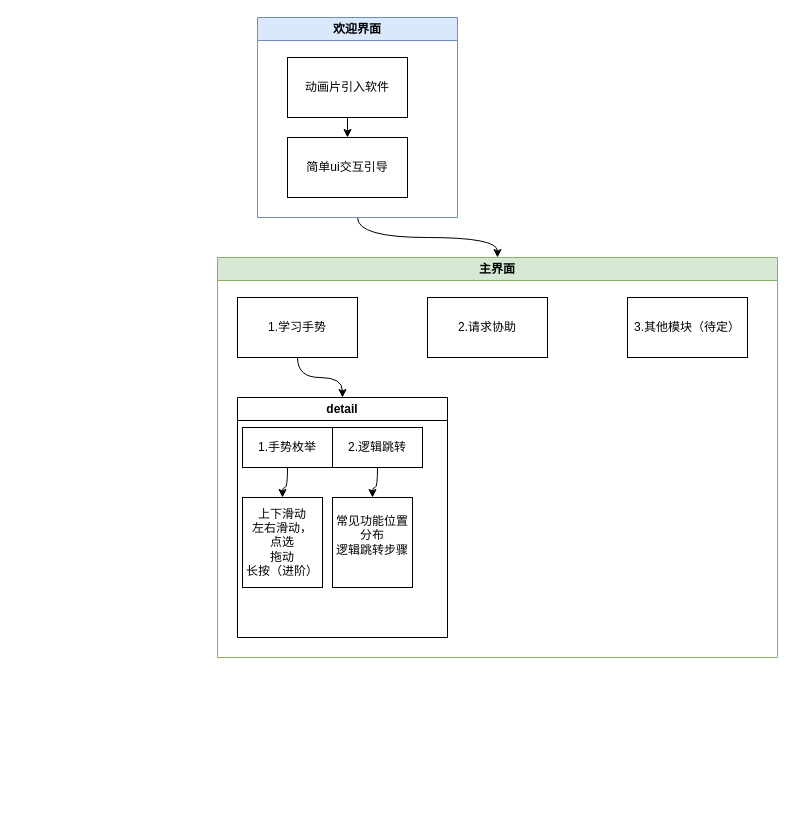
The draw.io diagram 适老化.drawio in Ajiandcircle/test, before the edit. Source tidied: cells renumbered, new cells numbered last; positions are measured from the earlier drawing's top-left corner, leaving out a move shared by most shapes. Both pictures are drawn from the tidied source at 100%, with x=0, y=0 at pixel (217, 17).
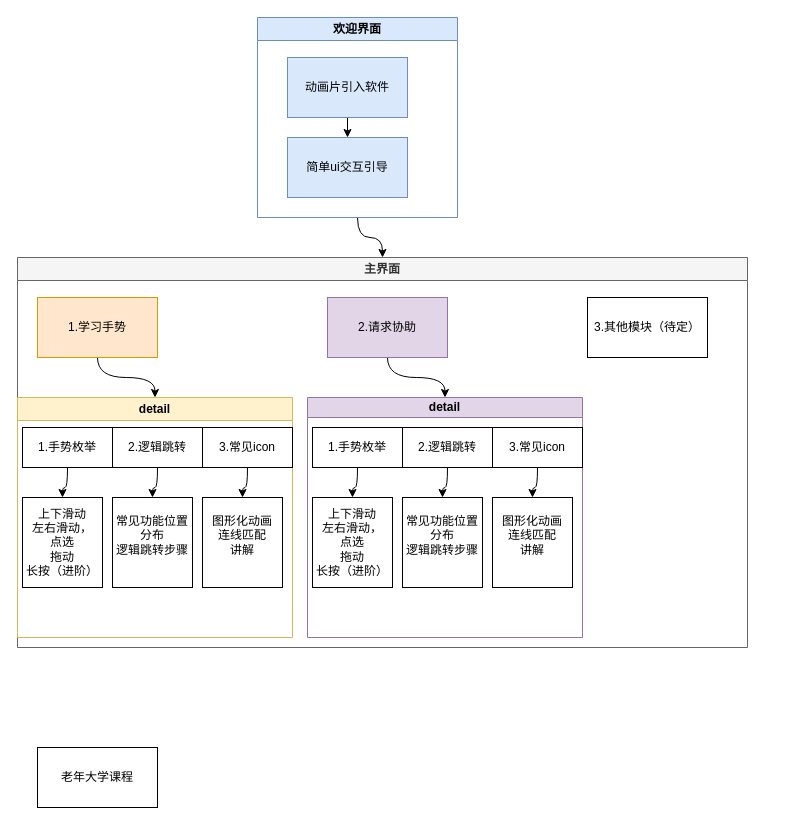
The same page after the edit.

Commit message:
更新适老化.drawio

The change refers to these unchanged cells:
```xml
<mxCell id="3" value="欢迎界面" style="swimlane;whiteSpace=wrap;html=1;startSize=23;fillColor=#dae8fc;strokeColor=#6c8ebf;" parent="1" vertex="1">
  <mxGeometry x="40" width="200" height="200" as="geometry" />
</mxCell>
```

Diff of the diagram source:
```diff
@@
-    <mxCell id="5" value="动画片引入软件" style="rounded=0;whiteSpace=wrap;html=1;" parent="3" vertex="1">
+    <mxCell id="5" value="动画片引入软件" style="rounded=0;whiteSpace=wrap;html=1;fillColor=#dae8fc;strokeColor=#6c8ebf;" parent="3" vertex="1">
       <mxGeometry x="30" y="40" width="120" height="60" as="geometry" />
     </mxCell>
-    <mxCell id="6" value="简单ui交互引导" style="rounded=0;whiteSpace=wrap;html=1;" parent="3" vertex="1">
+    <mxCell id="6" value="简单ui交互引导" style="rounded=0;whiteSpace=wrap;html=1;fillColor=#dae8fc;strokeColor=#6c8ebf;" parent="3" vertex="1">
       <mxGeometry x="30" y="120" width="120" height="60" as="geometry" />
     </mxCell>
-    <mxCell id="7" value="主界面" style="swimlane;whiteSpace=wrap;html=1;fillColor=#d5e8d4;strokeColor=#82b366;" parent="1" vertex="1">
-      <mxGeometry y="240" width="560" height="400" as="geometry" />
+    <mxCell id="7" value="主界面" style="swimlane;whiteSpace=wrap;html=1;fillColor=#f5f5f5;strokeColor=#666666;fontColor=#333333;" parent="1" vertex="1">
+      <mxGeometry x="-200" y="240" width="730" height="390" as="geometry" />
     </mxCell>
@@
-    <mxCell id="9" value="1.学习手势" style="rounded=0;whiteSpace=wrap;html=1;" parent="7" vertex="1">
+    <mxCell id="9" value="1.学习手势" style="rounded=0;whiteSpace=wrap;html=1;fillColor=#ffe6cc;strokeColor=#d79b00;" parent="7" vertex="1">
       <mxGeometry x="20" y="40" width="120" height="60" as="geometry" />
     </mxCell>
     <mxCell id="10" value="3.其他模块（待定）" style="rounded=0;whiteSpace=wrap;html=1;" parent="7" vertex="1">
-      <mxGeometry x="410" y="40" width="120" height="60" as="geometry" />
+      <mxGeometry x="570" y="40" width="120" height="60" as="geometry" />
     </mxCell>
+    <mxCell id="19" style="edgeStyle=orthogonalEdgeStyle;curved=1;rounded=0;jettySize=auto;html=1;exitX=0.5;exitY=1;exitDx=0;exitDy=0;entryX=0.5;entryY=0;entryDx=0;entryDy=0;" parent="7" edge="1" source="11" target="23">
+      <mxGeometry relative="1" as="geometry" />
+    </mxCell>
-    <mxCell id="11" value="2.请求协助" style="rounded=0;whiteSpace=wrap;html=1;" parent="7" vertex="1">
-      <mxGeometry x="210" y="40" width="120" height="60" as="geometry" />
+    <mxCell id="11" value="2.请求协助" style="rounded=0;whiteSpace=wrap;html=1;fillColor=#e1d5e7;strokeColor=#9673a6;" parent="7" vertex="1">
+      <mxGeometry x="310" y="40" width="120" height="60" as="geometry" />
     </mxCell>
-    <mxCell id="12" value="detail" style="swimlane;whiteSpace=wrap;html=1;" parent="7" vertex="1">
-      <mxGeometry x="20" y="140" width="210" height="240" as="geometry" />
+    <mxCell id="12" value="detail" style="swimlane;whiteSpace=wrap;html=1;fillColor=#fff2cc;strokeColor=#d6b656;" parent="7" vertex="1">
+      <mxGeometry y="140" width="275" height="240" as="geometry" />
     </mxCell>
@@
+    <mxCell id="20" style="edgeStyle=orthogonalEdgeStyle;curved=1;rounded=0;jettySize=auto;html=1;" parent="12" edge="1" source="21" target="22">
+      <mxGeometry relative="1" as="geometry" />
+    </mxCell>
+    <mxCell id="21" value="3.常见icon" style="rounded=0;whiteSpace=wrap;html=1;" parent="12" vertex="1">
+      <mxGeometry x="185" y="30" width="90" height="40" as="geometry" />
+    </mxCell>
+    <mxCell id="22" value="&lt;div&gt;图形化动画&lt;/div&gt;&lt;div&gt;连线匹配&lt;/div&gt;&lt;div&gt;讲解&lt;/div&gt;&lt;div&gt;&lt;br&gt;&lt;/div&gt;" style="rounded=0;whiteSpace=wrap;html=1;" parent="12" vertex="1">
+      <mxGeometry x="185" y="100" width="80" height="90" as="geometry" />
+    </mxCell>
+    <mxCell id="23" value="detail" style="swimlane;whiteSpace=wrap;html=1;fillColor=#e1d5e7;strokeColor=#9673a6;startSize=20;" parent="7" vertex="1">
+      <mxGeometry x="290" y="140" width="275" height="240" as="geometry" />
+    </mxCell>
+    <mxCell id="24" style="edgeStyle=orthogonalEdgeStyle;curved=1;rounded=0;jettySize=auto;html=1;" parent="23" edge="1" source="25" target="26">
+      <mxGeometry relative="1" as="geometry" />
+    </mxCell>
+    <mxCell id="25" value="1.手势枚举" style="rounded=0;whiteSpace=wrap;html=1;" parent="23" vertex="1">
+      <mxGeometry x="5" y="30" width="90" height="40" as="geometry" />
+    </mxCell>
+    <mxCell id="26" value="&lt;div&gt;上下滑动&lt;/div&gt;&lt;div&gt;左右滑动，&lt;/div&gt;&lt;div&gt;点选&lt;/div&gt;&lt;div&gt;拖动&lt;/div&gt;&lt;div&gt;长按（进阶）&lt;/div&gt;" style="rounded=0;whiteSpace=wrap;html=1;" parent="23" vertex="1">
+      <mxGeometry x="5" y="100" width="80" height="90" as="geometry" />
+    </mxCell>
+    <mxCell id="27" style="edgeStyle=orthogonalEdgeStyle;curved=1;rounded=0;jettySize=auto;html=1;" parent="23" edge="1" source="28" target="29">
+      <mxGeometry relative="1" as="geometry" />
+    </mxCell>
+    <mxCell id="28" value="2.逻辑跳转" style="rounded=0;whiteSpace=wrap;html=1;" parent="23" vertex="1">
+      <mxGeometry x="95" y="30" width="90" height="40" as="geometry" />
+    </mxCell>
+    <mxCell id="29" value="&lt;div&gt;常见功能位置分布&lt;/div&gt;&lt;div&gt;逻辑跳转步骤&lt;/div&gt;&lt;div&gt;&lt;br&gt;&lt;/div&gt;" style="rounded=0;whiteSpace=wrap;html=1;" parent="23" vertex="1">
+      <mxGeometry x="95" y="100" width="80" height="90" as="geometry" />
+    </mxCell>
+    <mxCell id="30" style="edgeStyle=orthogonalEdgeStyle;curved=1;rounded=0;jettySize=auto;html=1;" parent="23" edge="1" source="31" target="32">
+      <mxGeometry relative="1" as="geometry" />
+    </mxCell>
+    <mxCell id="31" value="3.常见icon" style="rounded=0;whiteSpace=wrap;html=1;" parent="23" vertex="1">
+      <mxGeometry x="185" y="30" width="90" height="40" as="geometry" />
+    </mxCell>
+    <mxCell id="32" value="&lt;div&gt;图形化动画&lt;/div&gt;&lt;div&gt;连线匹配&lt;/div&gt;&lt;div&gt;讲解&lt;/div&gt;&lt;div&gt;&lt;br&gt;&lt;/div&gt;" style="rounded=0;whiteSpace=wrap;html=1;" parent="23" vertex="1">
+      <mxGeometry x="185" y="100" width="80" height="90" as="geometry" />
+    </mxCell>
+    <mxCell id="33" value="老年大学课程" style="rounded=0;whiteSpace=wrap;html=1;" parent="1" vertex="1">
+      <mxGeometry x="-180" y="730" width="120" height="60" as="geometry" />
+    </mxCell>
```
